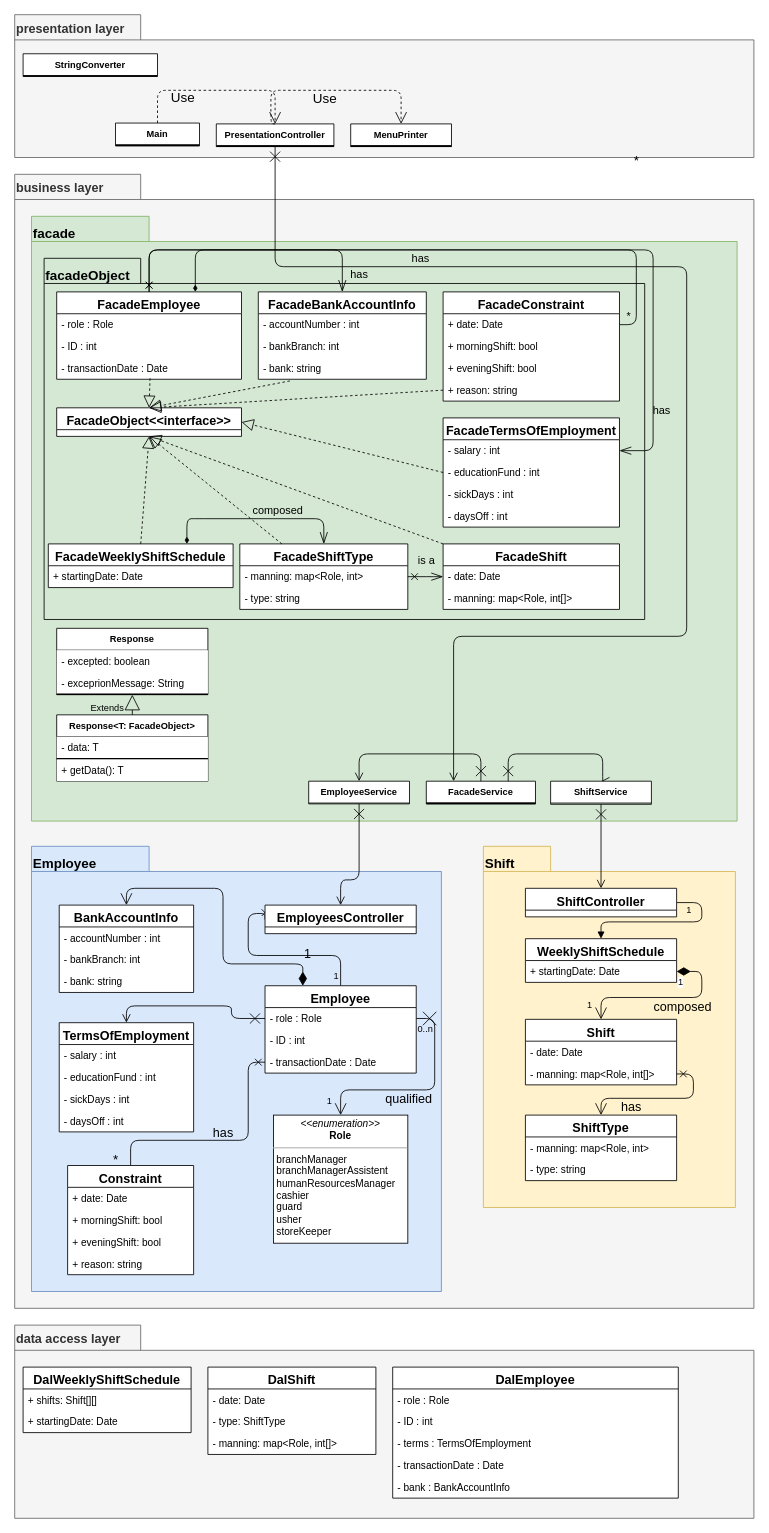
Above: docs/Employee module.drawio in eladinbar/Super-Li_Market (draw.io), before the change. Source tidied: cells renumbered, new cells numbered last; positions are measured from the earlier drawing's top-left corner, leaving out a move shared by most shapes. Both pictures are drawn from the tidied source at 84%, with x=0, y=0 at pixel (14, 14).
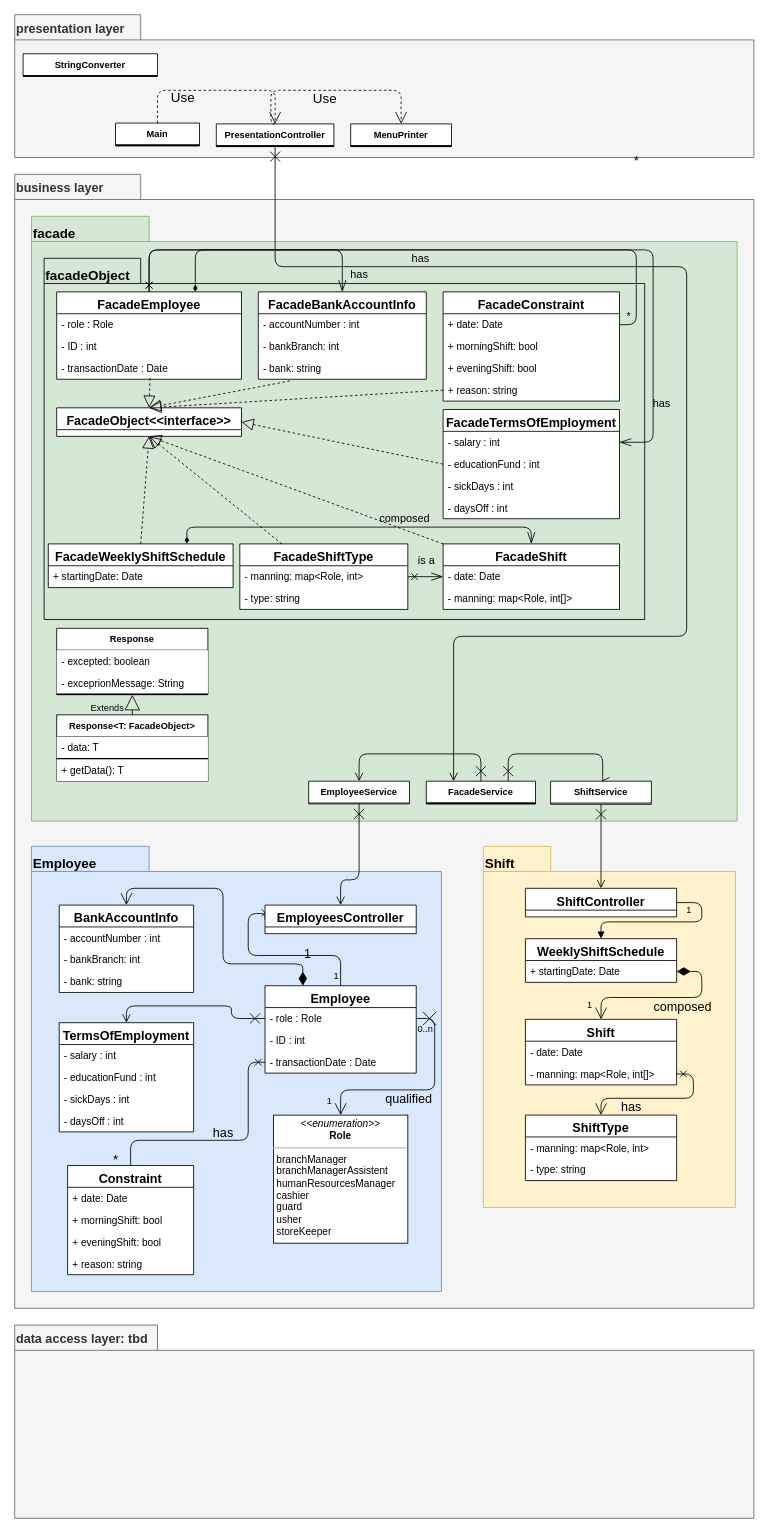
The same page after the edit.

Commit message:
deleting db layer

The change refers to these unchanged cells:
```xml
<mxCell id="16" value="composed" style="endArrow=open;html=1;endSize=12;startArrow=diamondThin;startSize=14;startFill=1;edgeStyle=orthogonalEdgeStyle;labelBackgroundColor=none;fontSize=15;exitX=1;exitY=0.5;exitDx=0;exitDy=0;entryX=0.5;entryY=0;entryDx=0;entryDy=0;" parent="1" edge="1" source="10" target="6">
  <mxGeometry x="-0.2" y="10" relative="1" as="geometry">
    <Array as="points">
      <mxPoint x="818" y="1139" />
      <mxPoint x="818" y="1170" />
      <mxPoint x="698" y="1170" />
    </Array>
    <mxPoint x="-1" as="offset" />
  </mxGeometry>
</mxCell>
<mxCell id="90" value="FacadeShift" style="swimlane;fontStyle=1;align=center;verticalAlign=top;horizontal=1;startSize=26;fontSize=15;gradientColor=#ffffff;swimlaneFillColor=#ffffff;" parent="1" vertex="1">
  <mxGeometry x="510" y="630" width="210" height="78" as="geometry" />
</mxCell>
<mxCell id="93" value="FacadeWeeklyShiftSchedule" style="swimlane;fontStyle=1;align=center;verticalAlign=top;horizontal=1;startSize=26;fontSize=15;gradientColor=#ffffff;swimlaneFillColor=#ffffff;" parent="1" vertex="1">
  <mxGeometry x="40" y="630" width="220" height="52" as="geometry" />
</mxCell>
<mxCell id="95" value="FacadeShiftType" style="swimlane;fontStyle=1;align=center;verticalAlign=top;horizontal=1;startSize=26;fontSize=15;gradientColor=#ffffff;swimlaneFillColor=#ffffff;" parent="1" vertex="1">
  <mxGeometry x="268" y="630" width="200" height="78" as="geometry" />
</mxCell>
<mxCell id="98" value="FacadeEmployee" style="swimlane;fontStyle=1;align=center;verticalAlign=top;horizontal=1;startSize=26;fontSize=15;gradientColor=#ffffff;swimlaneFillColor=#ffffff;" parent="1" vertex="1">
  <mxGeometry x="50" y="330" width="220" height="104" as="geometry" />
</mxCell>
<mxCell id="107" value="- salary : int" style="text;strokeColor=none;fillColor=none;align=left;verticalAlign=top;spacingLeft=4;spacingRight=4;overflow=hidden;points=[[0,0.5],[1,0.5]];portConstraint=eastwest;" parent="106" vertex="1">
  <mxGeometry y="26" width="210" height="26" as="geometry" />
</mxCell>
```

The edit, as a diff of the source:
```diff
@@
-    <mxCell id="17" value="1" style="edgeLabel;html=1;align=left;verticalAlign=top;" parent="16" vertex="1">
-      <mxGeometry x="-1" relative="1" as="geometry" />
-    </mxCell>
@@
-    <mxCell id="20" value="data access layer" style="shape=folder;fontStyle=1;spacingTop=1;tabWidth=150;tabHeight=30;tabPosition=left;html=1;align=left;verticalAlign=top;fontSize=15;horizontal=1;textDirection=ltr;fillColor=#f5f5f5;strokeColor=#666666;fontColor=#333333;" parent="1" vertex="1">
+    <mxCell id="20" value="data access layer: tbd" style="shape=folder;fontStyle=1;spacingTop=1;tabWidth=170;tabHeight=30;tabPosition=left;html=1;align=left;verticalAlign=top;fontSize=15;horizontal=1;textDirection=ltr;fillColor=#f5f5f5;strokeColor=#666666;fontColor=#333333;" parent="1" vertex="1">
       <mxGeometry y="1560" width="880" height="230" as="geometry" />
     </mxCell>
@@
-    <mxCell id="53" value="DalEmployee" style="swimlane;fontStyle=1;align=center;verticalAlign=top;horizontal=1;startSize=26;fontSize=15;gradientColor=#ffffff;swimlaneFillColor=#ffffff;" parent="1" vertex="1">
-      <mxGeometry x="450" y="1610" width="340" height="156" as="geometry" />
-    </mxCell>
-    <mxCell id="54" value="- role : Role" style="text;strokeColor=none;fillColor=none;align=left;verticalAlign=top;spacingLeft=4;spacingRight=4;overflow=hidden;" parent="53" vertex="1">
-      <mxGeometry y="26" width="340" height="26" as="geometry" />
-    </mxCell>
-    <mxCell id="55" value="- ID : int&#10;" style="text;strokeColor=none;fillColor=none;align=left;verticalAlign=top;spacingLeft=4;spacingRight=4;overflow=hidden;" parent="53" vertex="1">
-      <mxGeometry y="52" width="340" height="26" as="geometry" />
-    </mxCell>
-    <mxCell id="56" value="- terms : TermsOfEmployment&#10;" style="text;strokeColor=none;fillColor=none;align=left;verticalAlign=top;spacingLeft=4;spacingRight=4;overflow=hidden;" parent="53" vertex="1">
-      <mxGeometry y="78" width="340" height="26" as="geometry" />
-    </mxCell>
-    <mxCell id="57" value="- transactionDate : Date&#10;" style="text;strokeColor=none;fillColor=none;align=left;verticalAlign=top;spacingLeft=4;spacingRight=4;overflow=hidden;" parent="53" vertex="1">
-      <mxGeometry y="104" width="340" height="26" as="geometry" />
-    </mxCell>
-    <mxCell id="58" value="- bank : BankAccountInfo &#10;" style="text;strokeColor=none;fillColor=none;align=left;verticalAlign=top;spacingLeft=4;spacingRight=4;overflow=hidden;" parent="53" vertex="1">
-      <mxGeometry y="130" width="340" height="26" as="geometry" />
-    </mxCell>
-    <mxCell id="59" value="DalShift" style="swimlane;fontStyle=1;align=center;verticalAlign=top;horizontal=1;startSize=26;fontSize=15;gradientColor=#ffffff;swimlaneFillColor=#ffffff;" parent="1" vertex="1">
-      <mxGeometry x="230" y="1610" width="200" height="104" as="geometry" />
-    </mxCell>
-    <mxCell id="60" value="- date: Date" style="text;strokeColor=none;fillColor=none;align=left;verticalAlign=top;spacingLeft=4;spacingRight=4;overflow=hidden;" parent="59" vertex="1">
-      <mxGeometry y="26" width="200" height="26" as="geometry" />
-    </mxCell>
-    <mxCell id="61" value="- type: ShiftType" style="text;strokeColor=none;fillColor=none;align=left;verticalAlign=top;spacingLeft=4;spacingRight=4;overflow=hidden;" parent="59" vertex="1">
-      <mxGeometry y="52" width="200" height="26" as="geometry" />
-    </mxCell>
-    <mxCell id="62" value="- manning: map&lt;Role, int[]&gt;" style="text;strokeColor=none;fillColor=none;align=left;verticalAlign=top;spacingLeft=4;spacingRight=4;overflow=hidden;" parent="59" vertex="1">
-      <mxGeometry y="78" width="200" height="26" as="geometry" />
-    </mxCell>
-    <mxCell id="63" value="DalWeeklyShiftSchedule" style="swimlane;fontStyle=1;align=center;verticalAlign=top;horizontal=1;startSize=26;fontSize=15;gradientColor=#ffffff;swimlaneFillColor=#ffffff;" parent="1" vertex="1">
-      <mxGeometry x="10" y="1610" width="200" height="78" as="geometry" />
-    </mxCell>
-    <mxCell id="64" value="+ shifts: Shift[][]" style="text;strokeColor=none;fillColor=none;align=left;verticalAlign=top;spacingLeft=4;spacingRight=4;overflow=hidden;" parent="63" vertex="1">
-      <mxGeometry y="26" width="200" height="26" as="geometry" />
-    </mxCell>
-    <mxCell id="65" value="+ startingDate: Date" style="text;strokeColor=none;fillColor=none;align=left;verticalAlign=top;spacingLeft=4;spacingRight=4;overflow=hidden;" parent="63" vertex="1">
-      <mxGeometry y="52" width="200" height="26" as="geometry" />
-    </mxCell>
@@
     <mxCell id="106" value="FacadeTermsOfEmployment" style="swimlane;fontStyle=1;align=center;verticalAlign=top;horizontal=1;startSize=26;fontSize=15;gradientColor=#ffffff;swimlaneFillColor=#ffffff;" parent="1" vertex="1">
-      <mxGeometry x="510" y="480" width="210" height="130" as="geometry" />
+      <mxGeometry x="510" y="470" width="210" height="130" as="geometry" />
     </mxCell>
@@
     <mxCell id="132" value="has" style="endArrow=openThin;endSize=12;html=1;labelBackgroundColor=none;fontSize=13;exitX=0.5;exitY=0;exitDx=0;exitDy=0;entryX=1;entryY=0.5;entryDx=0;entryDy=0;edgeStyle=orthogonalEdgeStyle;startArrow=cross;startFill=0;endFill=0;" parent="1" edge="1" source="98" target="107">
       <mxGeometry x="0.81" y="10" relative="1" as="geometry">
         <Array as="points">
           <mxPoint x="160" y="280" />
           <mxPoint x="760" y="280" />
-          <mxPoint x="760" y="519" />
+          <mxPoint x="760" y="509" />
         </Array>
       </mxGeometry>
     </mxCell>
@@
-    <mxCell id="134" value="composed" style="endArrow=openThin;endSize=12;html=1;labelBackgroundColor=none;fontSize=13;exitX=0.75;exitY=0;exitDx=0;exitDy=0;entryX=0.5;entryY=0;entryDx=0;entryDy=0;edgeStyle=orthogonalEdgeStyle;startArrow=diamondThin;startFill=1;endFill=0;" parent="1" edge="1" source="93" target="95">
+    <mxCell id="134" value="composed" style="endArrow=openThin;endSize=12;html=1;labelBackgroundColor=none;fontSize=13;exitX=0.75;exitY=0;exitDx=0;exitDy=0;entryX=0.5;entryY=0;entryDx=0;entryDy=0;edgeStyle=orthogonalEdgeStyle;startArrow=diamondThin;startFill=1;endFill=0;" parent="1" edge="1" source="93" target="90">
       <mxGeometry x="0.24" y="10" relative="1" as="geometry">
         <Array as="points">
-          <mxPoint x="215" y="600" />
-          <mxPoint x="388" y="600" />
+          <mxPoint x="205" y="610" />
+          <mxPoint x="615" y="610" />
         </Array>
       </mxGeometry>
     </mxCell>
```
